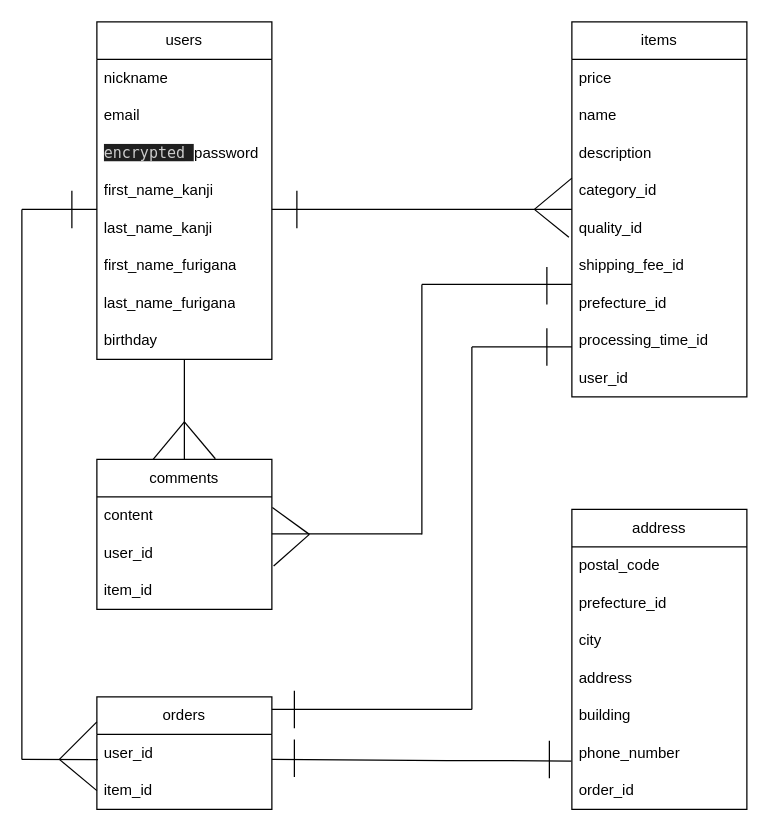
The draw.io diagram ER.dio in takafumiTech/furima-39380, before the edit. Source tidied: cells renumbered, new cells numbered last; positions are measured from the earlier drawing's top-left corner, leaving out a move shared by most shapes. Both pictures are drawn from the tidied source at 125%, with x=0, y=0 at pixel (21, 21).
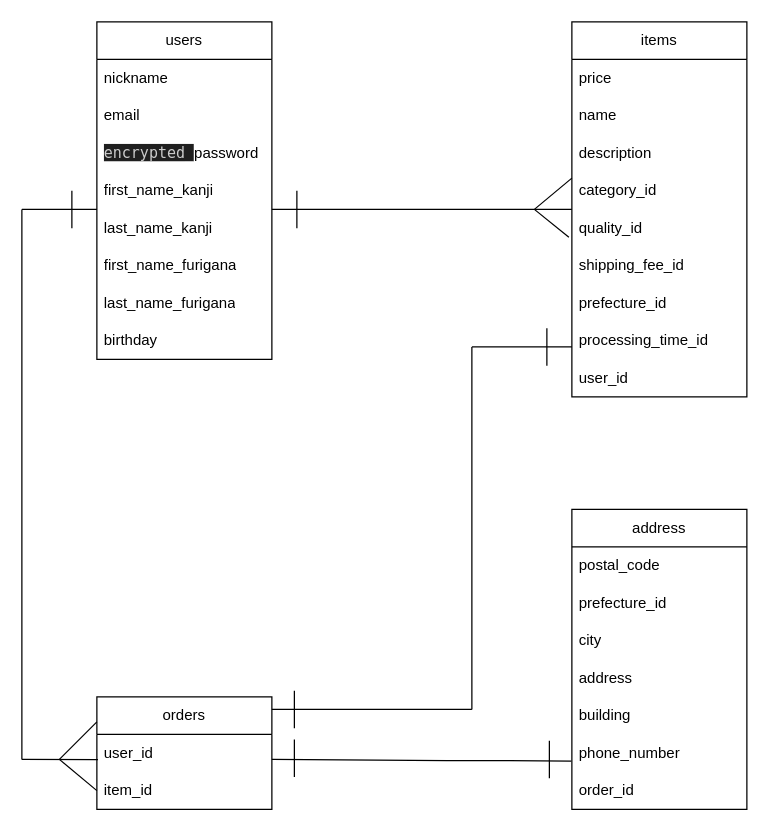
Above is the later version.

Change to the diagram source:
```diff
@@
-    <mxCell id="21" value="comments" style="swimlane;fontStyle=0;horizontal=1;startSize=30;whiteSpace=wrap;html=1;" parent="1" vertex="1">
-      <mxGeometry x="60" y="350" width="140" height="120" as="geometry" />
-    </mxCell>
-    <mxCell id="22" value="content" style="text;strokeColor=none;fillColor=none;align=left;verticalAlign=middle;spacingLeft=4;spacingRight=4;overflow=hidden;points=[[0,0.5],[1,0.5]];portConstraint=eastwest;whiteSpace=wrap;html=1;" parent="21" vertex="1">
-      <mxGeometry y="30" width="140" height="30" as="geometry" />
-    </mxCell>
-    <mxCell id="23" value="user_id" style="text;strokeColor=none;fillColor=none;align=left;verticalAlign=middle;spacingLeft=4;spacingRight=4;overflow=hidden;points=[[0,0.5],[1,0.5]];portConstraint=eastwest;whiteSpace=wrap;html=1;" parent="21" vertex="1">
-      <mxGeometry y="60" width="140" height="30" as="geometry" />
-    </mxCell>
-    <mxCell id="24" value="item_id" style="text;strokeColor=none;fillColor=none;align=left;verticalAlign=middle;spacingLeft=4;spacingRight=4;overflow=hidden;whiteSpace=wrap;html=1;" parent="21" vertex="1">
-      <mxGeometry y="90" width="140" height="30" as="geometry" />
-    </mxCell>
@@
-    <mxCell id="40" style="endArrow=none;html=1;" parent="1" edge="1">
-      <mxGeometry relative="1" as="geometry">
-        <mxPoint x="320" y="210" as="sourcePoint" />
-        <mxPoint x="440" y="210" as="targetPoint" />
-      </mxGeometry>
-    </mxCell>
-    <mxCell id="41" style="endArrow=none;html=1;exitX=1.01;exitY=0.841;exitDx=0;exitDy=0;exitPerimeter=0;" parent="1" edge="1" source="23">
-      <mxGeometry relative="1" as="geometry">
-        <mxPoint x="230" y="410" as="targetPoint" />
-      </mxGeometry>
-    </mxCell>
-    <mxCell id="42" style="endArrow=none;html=1;exitX=1.003;exitY=0.286;exitDx=0;exitDy=0;exitPerimeter=0;" parent="1" edge="1" source="22">
-      <mxGeometry relative="1" as="geometry">
-        <mxPoint x="230" y="410" as="targetPoint" />
-      </mxGeometry>
-    </mxCell>
-    <mxCell id="43" style="endArrow=none;html=1;exitX=0.5;exitY=0;exitDx=0;exitDy=0;" parent="1" edge="1" source="21">
-      <mxGeometry relative="1" as="geometry">
-        <mxPoint x="130" y="270" as="targetPoint" />
-        <Array as="points">
-          <mxPoint x="130" y="290" />
-        </Array>
-      </mxGeometry>
-    </mxCell>
-    <mxCell id="44" style="endArrow=none;html=1;" parent="1" edge="1">
-      <mxGeometry relative="1" as="geometry">
-        <mxPoint x="105" y="350" as="sourcePoint" />
-        <mxPoint x="130" y="320" as="targetPoint" />
-      </mxGeometry>
-    </mxCell>
-    <mxCell id="45" style="endArrow=none;html=1;exitX=0.677;exitY=-0.004;exitDx=0;exitDy=0;exitPerimeter=0;" parent="1" edge="1" source="21">
-      <mxGeometry relative="1" as="geometry">
-        <mxPoint x="130" y="320" as="targetPoint" />
-      </mxGeometry>
-    </mxCell>
-    <mxCell id="46" style="endArrow=none;html=1;" parent="1" edge="1">
-      <mxGeometry relative="1" as="geometry">
-        <mxPoint x="320" y="210" as="sourcePoint" />
-        <mxPoint x="320" y="410" as="targetPoint" />
-      </mxGeometry>
-    </mxCell>
-    <mxCell id="47" style="endArrow=none;html=1;" parent="1" edge="1">
-      <mxGeometry relative="1" as="geometry">
-        <mxPoint x="200" y="409.5" as="sourcePoint" />
-        <mxPoint x="320" y="409.5" as="targetPoint" />
-      </mxGeometry>
-    </mxCell>
@@
-    <mxCell id="53" style="endArrow=none;html=1;" parent="1" edge="1">
-      <mxGeometry relative="1" as="geometry">
-        <mxPoint x="420" y="226" as="sourcePoint" />
-        <mxPoint x="420" y="196" as="targetPoint" />
-      </mxGeometry>
-    </mxCell>
```
